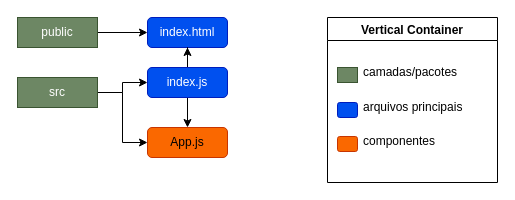
The draw.io diagram front-end/arquitetura.drawio in miniguiti/music-box-react, before the edit. Source tidied: cells renumbered, new cells numbered last; positions are measured from the earlier drawing's top-left corner, leaving out a move shared by most shapes. Both pictures are drawn from the tidied source at 100%, with x=0, y=0 at pixel (17, 17).
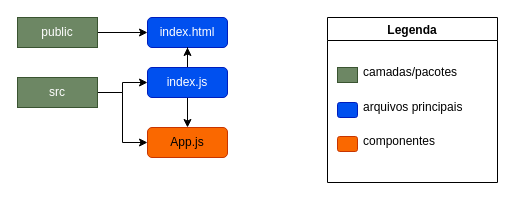
Above is the later version.

Commit message (it also covers changes not shown here):
Retirando arquivos no boilerplate creat-react-app

The edit, as a diff of the source:
```diff
@@
 <mxGraphModel>
   <root>
     <mxCell id="0" />
     <mxCell id="1" parent="0" />
     <mxCell id="2" style="edgeStyle=orthogonalEdgeStyle;rounded=0;jettySize=auto;html=1;" parent="1" edge="1" source="3" target="7">
       <mxGeometry relative="1" as="geometry" />
     </mxCell>
     <mxCell id="3" value="public" style="whiteSpace=wrap;html=1;fillColor=#6d8764;strokeColor=#3A5431;fontColor=#ffffff;" parent="1" vertex="1">
       <mxGeometry width="80" height="30" as="geometry" />
     </mxCell>
     <mxCell id="4" style="edgeStyle=orthogonalEdgeStyle;rounded=0;jettySize=auto;html=1;" parent="1" edge="1" source="6" target="10">
       <mxGeometry relative="1" as="geometry" />
     </mxCell>
     <mxCell id="5" style="edgeStyle=orthogonalEdgeStyle;rounded=0;jettySize=auto;html=1;entryX=0;entryY=0.5;entryDx=0;entryDy=0;" parent="1" edge="1" source="6" target="11">
       <mxGeometry relative="1" as="geometry" />
     </mxCell>
     <mxCell id="6" value="src" style="whiteSpace=wrap;html=1;fillColor=#6d8764;strokeColor=#3A5431;fontColor=#ffffff;" parent="1" vertex="1">
       <mxGeometry y="60" width="80" height="30" as="geometry" />
     </mxCell>
     <mxCell id="7" value="index.html" style="rounded=1;whiteSpace=wrap;html=1;fillColor=#0050ef;strokeColor=#001DBC;fontColor=#ffffff;" parent="1" vertex="1">
       <mxGeometry x="130" width="80" height="30" as="geometry" />
     </mxCell>
     <mxCell id="8" style="edgeStyle=orthogonalEdgeStyle;rounded=0;jettySize=auto;html=1;entryX=0.5;entryY=1;entryDx=0;entryDy=0;" parent="1" edge="1" source="10" target="7">
       <mxGeometry relative="1" as="geometry" />
     </mxCell>
     <mxCell id="9" style="edgeStyle=orthogonalEdgeStyle;rounded=0;jettySize=auto;html=1;" parent="1" edge="1" source="10" target="11">
       <mxGeometry relative="1" as="geometry" />
     </mxCell>
     <mxCell id="10" value="index.js" style="rounded=1;whiteSpace=wrap;html=1;fillColor=#0050ef;strokeColor=#001DBC;fontColor=#ffffff;" parent="1" vertex="1">
       <mxGeometry x="130" y="50" width="80" height="30" as="geometry" />
     </mxCell>
     <mxCell id="11" value="App.js" style="rounded=1;whiteSpace=wrap;html=1;fillColor=#fa6800;strokeColor=#C73500;fontColor=#000000;" parent="1" vertex="1">
       <mxGeometry x="130" y="110" width="80" height="30" as="geometry" />
     </mxCell>
-    <mxCell id="12" value="Vertical Container" style="swimlane;" parent="1" vertex="1">
+    <mxCell id="12" value="Legenda" style="swimlane;" parent="1" vertex="1">
       <mxGeometry x="310" width="170" height="165" as="geometry" />
     </mxCell>
     <mxCell id="13" style="whiteSpace=wrap;html=1;fillColor=#6d8764;strokeColor=#3A5431;fontColor=#ffffff;" parent="12" vertex="1">
       <mxGeometry x="10" y="50" width="20" height="15" as="geometry" />
     </mxCell>
     <mxCell id="14" style="rounded=1;whiteSpace=wrap;html=1;fillColor=#0050ef;strokeColor=#001DBC;fontColor=#ffffff;" parent="12" vertex="1">
       <mxGeometry x="10" y="85" width="20" height="15" as="geometry" />
     </mxCell>
     <mxCell id="15" value="camadas/pacotes" style="text;html=1;align=left;verticalAlign=middle;strokeColor=none;" parent="12" vertex="1">
       <mxGeometry x="34" y="45" width="110" height="20" as="geometry" />
     </mxCell>
     <mxCell id="16" value="arquivos principais" style="text;html=1;align=left;verticalAlign=middle;strokeColor=none;" parent="12" vertex="1">
       <mxGeometry x="34" y="80" width="110" height="20" as="geometry" />
     </mxCell>
     <mxCell id="17" value="componentes" style="text;html=1;align=left;verticalAlign=middle;strokeColor=none;" parent="12" vertex="1">
       <mxGeometry x="34" y="114" width="90" height="20" as="geometry" />
     </mxCell>
     <mxCell id="18" style="rounded=1;whiteSpace=wrap;html=1;fillColor=#fa6800;strokeColor=#C73500;fontColor=#000000;" parent="12" vertex="1">
       <mxGeometry x="10" y="119" width="20" height="15" as="geometry" />
     </mxCell>
   </root>
 </mxGraphModel>
```
